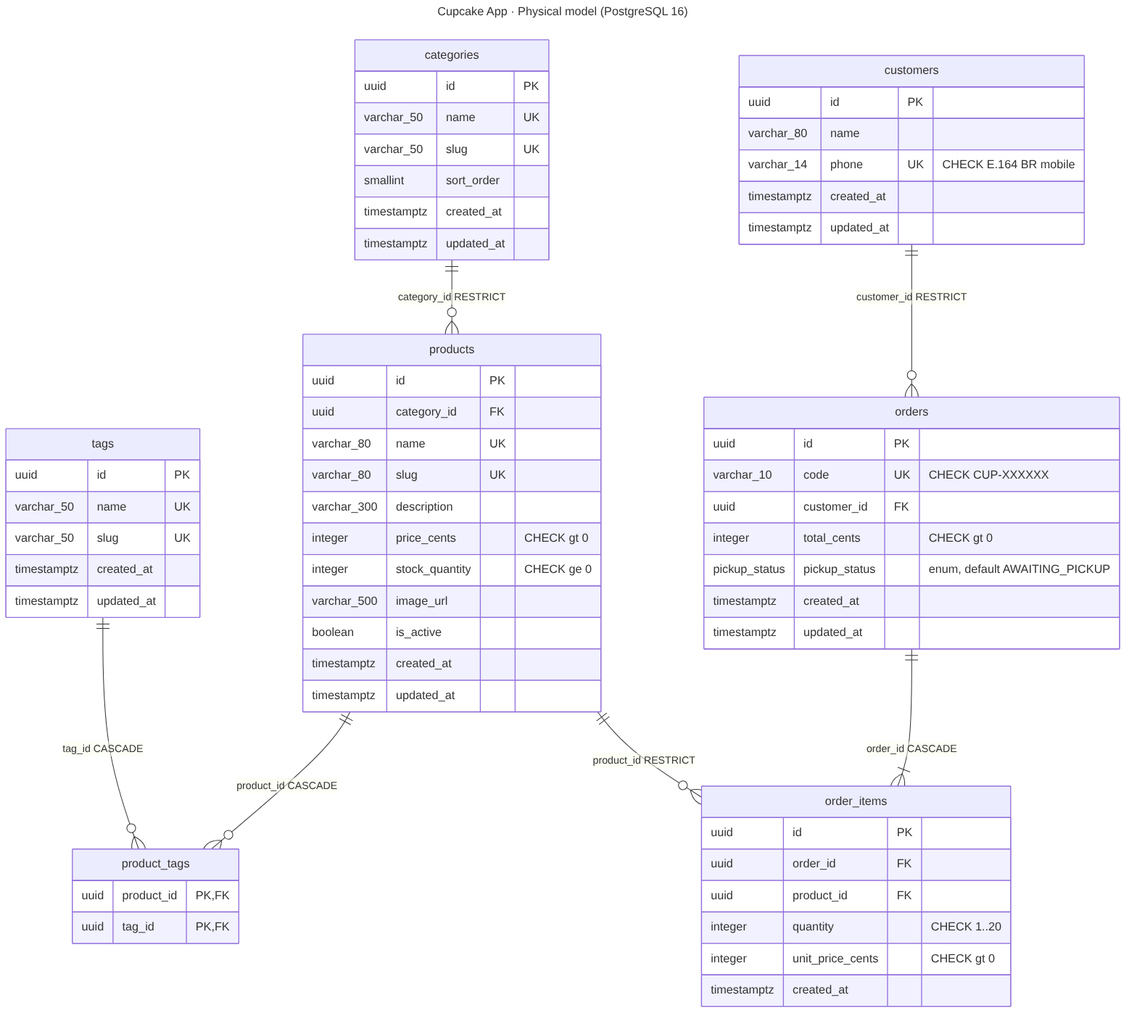
The Mermaid diagram docs/diagrams/database/er-physical.png in tiagopacedev/cupcake-app, before a commit. Its source is kept beside it as docs/diagrams/database/er-physical.mmd.
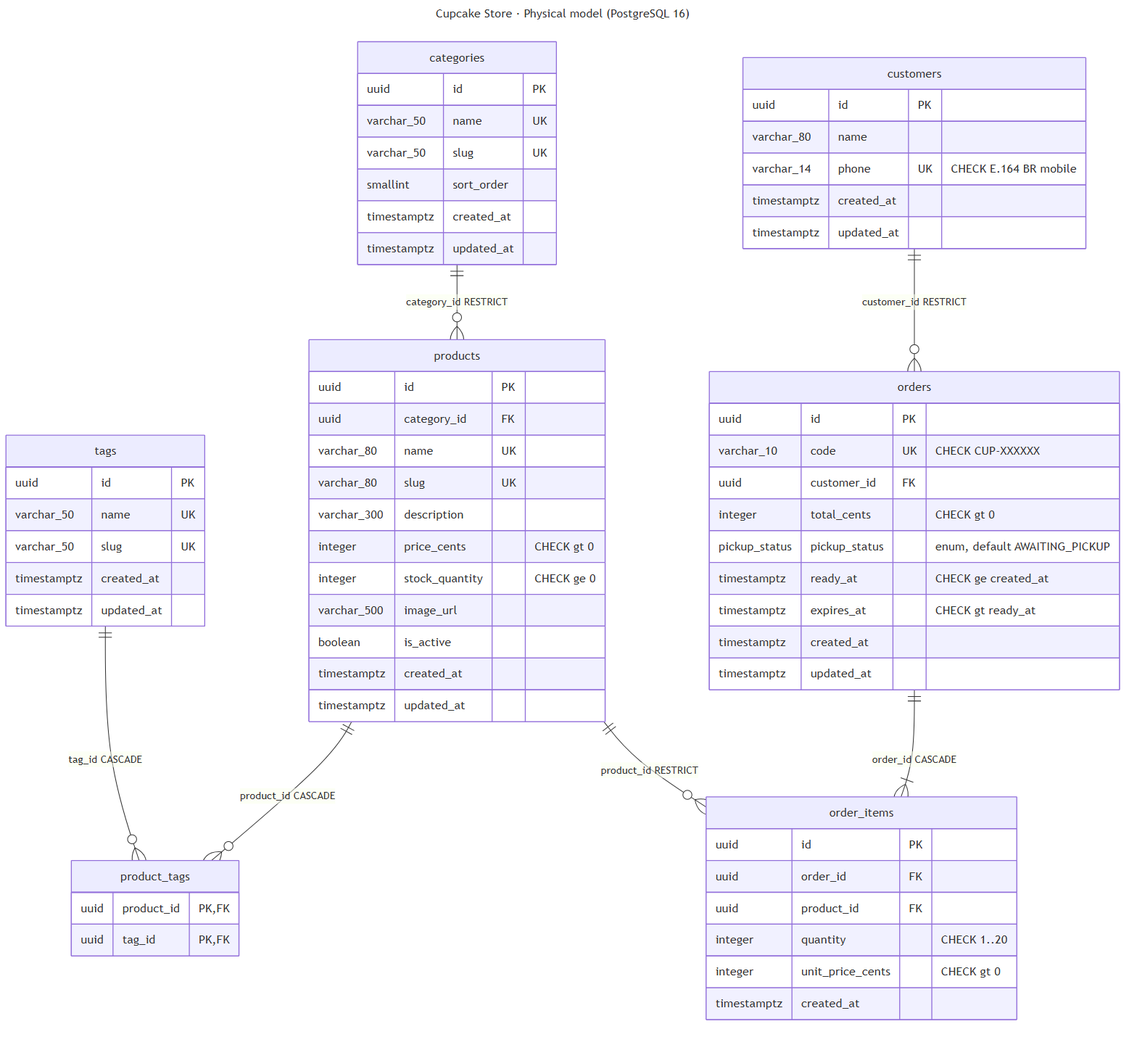
The same diagram one commit later.

Change to the diagram source:
```diff
@@ -1,5 +1,5 @@
 ---
-title: Cupcake App · Physical model (PostgreSQL 16)
+title: Cupcake Store · Physical model (PostgreSQL 16)
 ---
 erDiagram
   categories ||--o{ products : "category_id RESTRICT"
@@ -54,6 +54,8 @@
     uuid customer_id FK
     integer total_cents "CHECK gt 0"
     pickup_status pickup_status "enum, default AWAITING_PICKUP"
+    timestamptz ready_at "CHECK ge created_at"
+    timestamptz expires_at "CHECK gt ready_at"
     timestamptz created_at
     timestamptz updated_at
   }
```
